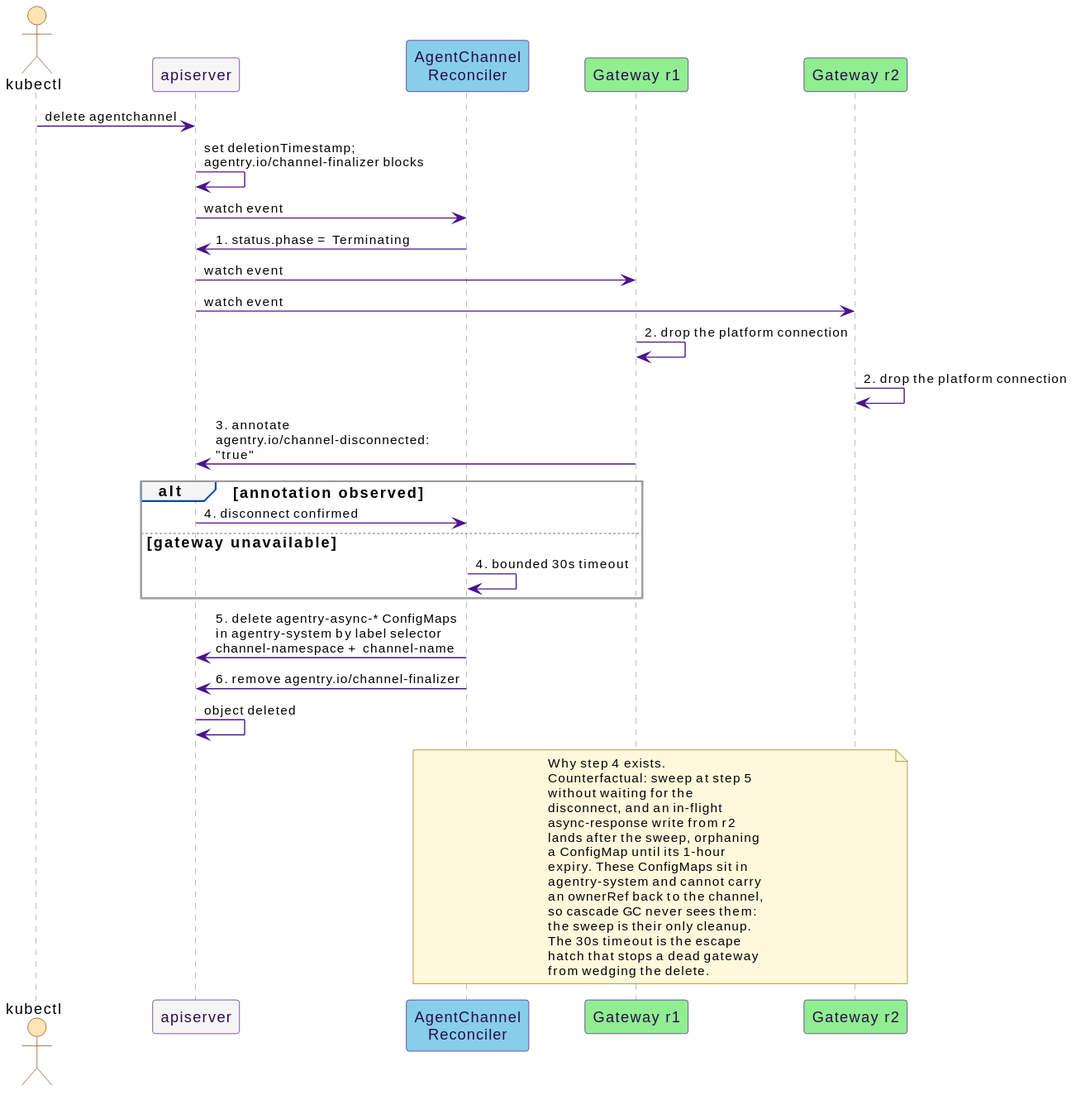
win07xp/kaalm keeps this PlantUML diagram as docs/src/diagrams/channel-delete-handshake.svg. Above is the earlier version. Its diagram source:
```plantuml
@startuml
!include _style.puml

actor "kubectl" as K $extBg
participant "apiserver" as API $mutedBg
participant "AgentChannel\nReconciler" as R $ctrlBg
participant "Gateway r1" as G1 $gwBg
participant "Gateway r2" as G2 $gwBg

K -> API : delete agentchannel
API -> API : set deletionTimestamp;\nagentry.io/channel-finalizer blocks
API -> R : watch event

R -> API : 1. status.phase = Terminating
API -> G1 : watch event
API -> G2 : watch event
G1 -> G1 : 2. drop the platform connection
G2 -> G2 : 2. drop the platform connection
G1 -> API : 3. annotate\nagentry.io/channel-disconnected: "true"

alt annotation observed
  API -> R : 4. disconnect confirmed
else gateway unavailable
  R -> R : 4. bounded 30s timeout
end

R -> API : 5. delete agentry-async-* ConfigMaps\nin agentry-system by label selector\nchannel-namespace + channel-name
R -> API : 6. remove agentry.io/channel-finalizer
API -> API : object deleted

note over R, G2
  Why step 4 exists.
  Counterfactual: sweep at step 5
  without waiting for the
  disconnect, and an in-flight
  async-response write from r2
  lands after the sweep, orphaning
  a ConfigMap until its 1-hour
  expiry. These ConfigMaps sit in
  agentry-system and cannot carry
  an ownerRef back to the channel,
  so cascade GC never sees them:
  the sweep is their only cleanup.
  The 30s timeout is the escape
  hatch that stops a dead gateway
  from wedging the delete.
end note
@enduml
```
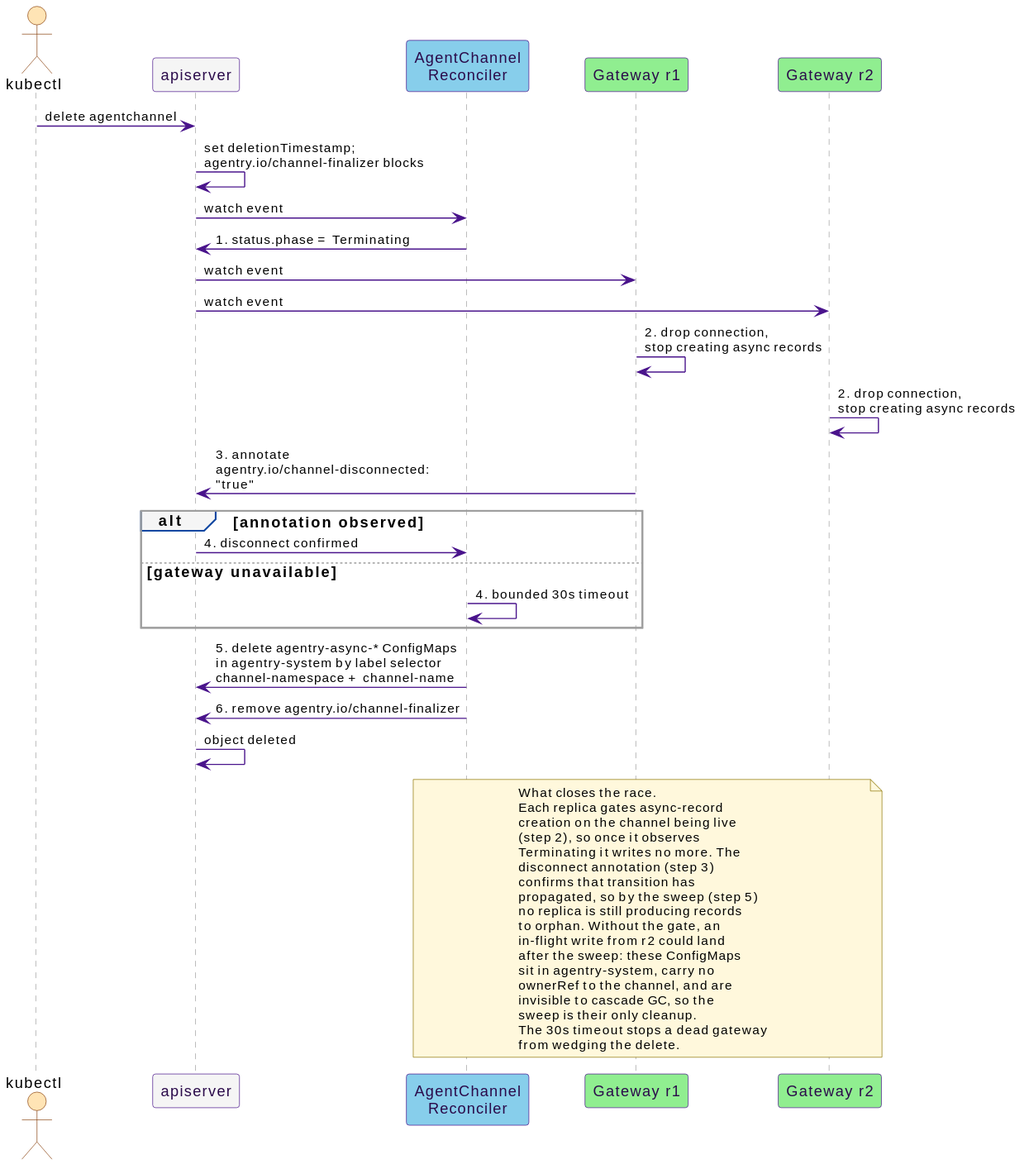
After the change.

Change to the diagram source:
```diff
@@ -14,8 +14,8 @@
 R -> API : 1. status.phase = Terminating
 API -> G1 : watch event
 API -> G2 : watch event
-G1 -> G1 : 2. drop the platform connection
-G2 -> G2 : 2. drop the platform connection
+G1 -> G1 : 2. drop connection,\nstop creating async records
+G2 -> G2 : 2. drop connection,\nstop creating async records
 G1 -> API : 3. annotate\nagentry.io/channel-disconnected: "true"
 
 alt annotation observed
@@ -29,20 +29,23 @@
 API -> API : object deleted
 
 note over R, G2
-  Why step 4 exists.
-  Counterfactual: sweep at step 5
-  without waiting for the
-  disconnect, and an in-flight
-  async-response write from r2
-  lands after the sweep, orphaning
-  a ConfigMap until its 1-hour
-  expiry. These ConfigMaps sit in
-  agentry-system and cannot carry
-  an ownerRef back to the channel,
-  so cascade GC never sees them:
-  the sweep is their only cleanup.
-  The 30s timeout is the escape
-  hatch that stops a dead gateway
+  What closes the race.
+  Each replica gates async-record
+  creation on the channel being live
+  (step 2), so once it observes
+  Terminating it writes no more. The
+  disconnect annotation (step 3)
+  confirms that transition has
+  propagated, so by the sweep (step 5)
+  no replica is still producing records
+  to orphan. Without the gate, an
+  in-flight write from r2 could land
+  after the sweep: these ConfigMaps
+  sit in agentry-system, carry no
+  ownerRef to the channel, and are
+  invisible to cascade GC, so the
+  sweep is their only cleanup.
+  The 30s timeout stops a dead gateway
   from wedging the delete.
 end note
 @enduml
```
